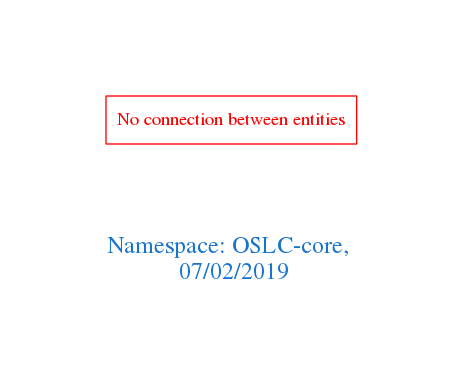
arago/OGIT keeps this Graphviz diagram as downloads/OSLC-core.png. Above is the earlier version. Its source is kept beside it as downloads/OSLC-core.dot.
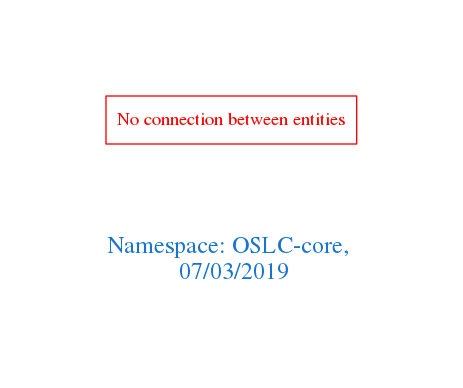
Above is the later version.

Diff of the diagram source:
```diff
@@ -1,7 +1,7 @@
 digraph OGIT_ontology {
  graph [ rankdir= LR,pad=1
 fontsize = 18,
-fontcolor= dodgerblue3,label = "\n\n\nNamespace: OSLC-core, \n 07/02/2019"];
+fontcolor= dodgerblue3,label = "\n\n\nNamespace: OSLC-core, \n 07/03/2019"];
 node[shape=polygon];
 edge [  color="gray81"];
 
```
